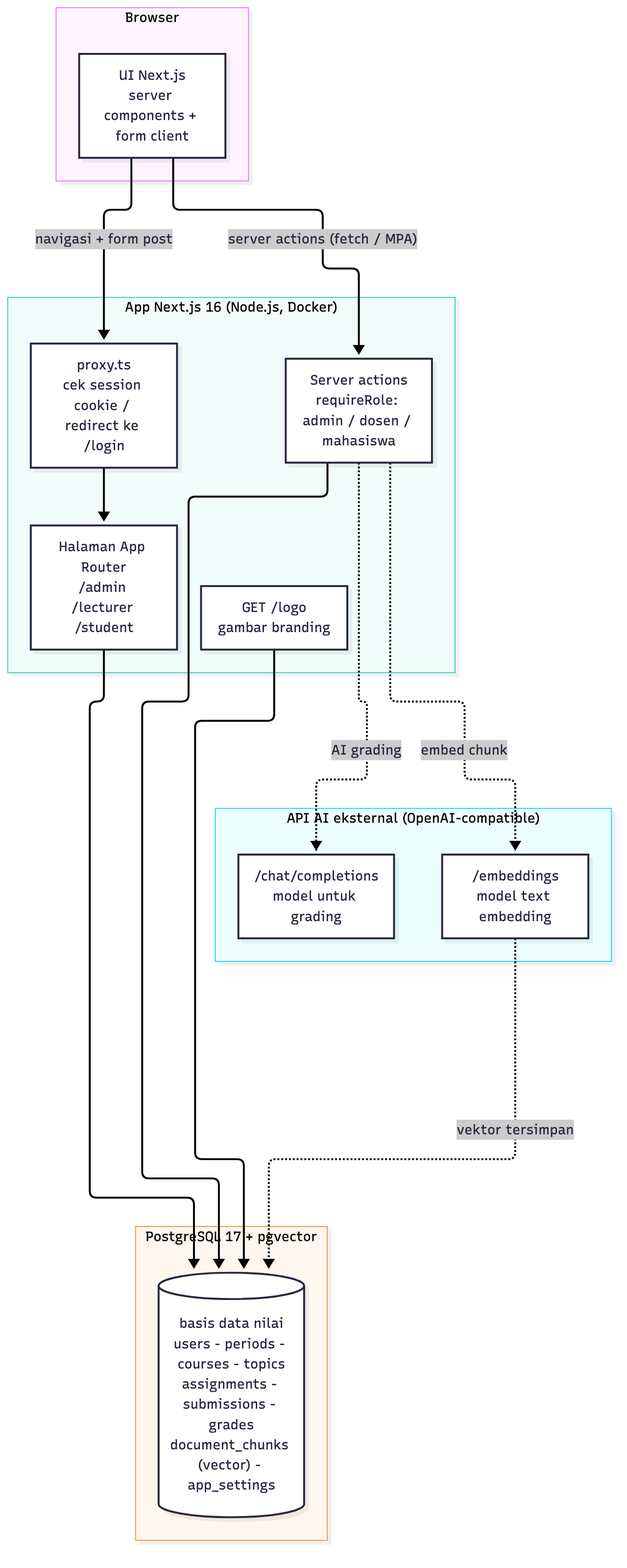
hansputera/umbima-smt1-tugas-generativeai keeps this Mermaid diagram as docs/flows/01-architecture.png. Above is the earlier version. Its source is kept beside it as docs/flows/01-architecture.mmd.
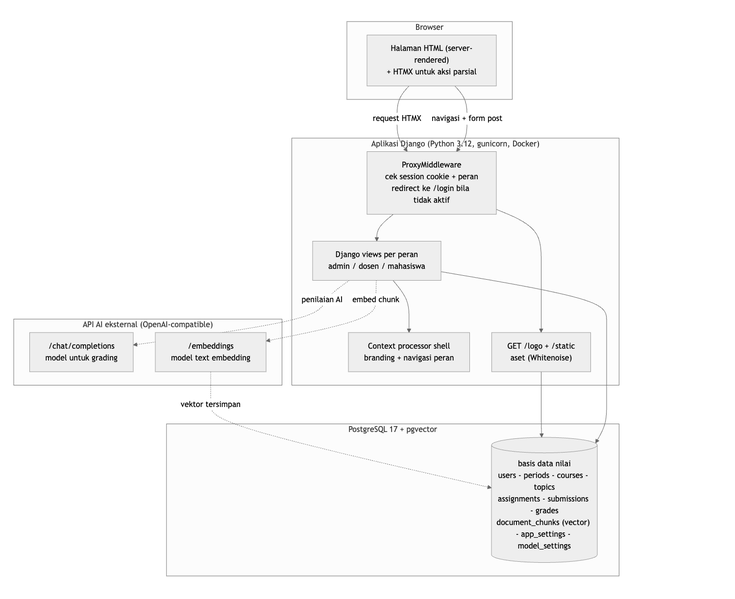
The same diagram one commit later.

Change to the diagram source:
```diff
@@ -1,26 +1,27 @@
 flowchart TB
   subgraph Browser["Browser"]
-    UI["UI Next.js<br/>server components + form client"]
+    UI["Halaman HTML (server-rendered)<br/>+ HTMX untuk aksi parsial"]
   end
-  subgraph App["App Next.js 16 (Node.js, Docker)"]
-    Proxy["proxy.ts<br/>cek session cookie / redirect ke /login"]
-    Actions["Server actions<br/>requireRole: admin / dosen / mahasiswa"]
-    Pages["Halaman App Router<br/>/admin /lecturer /student"]
-    Logo["GET /logo<br/>gambar branding"]
+  subgraph App["Aplikasi Django (Python 3.12, gunicorn, Docker)"]
+    MW["ProxyMiddleware<br/>cek session cookie + peran<br/>redirect ke /login bila tidak aktif"]
+    Views["Django views per peran<br/>admin / dosen / mahasiswa"]
+    CP["Context processor shell<br/>branding + navigasi peran"]
+    Static["GET /logo + /static<br/>aset (Whitenoise)"]
   end
   subgraph DB["PostgreSQL 17 + pgvector"]
-    PG[("basis data nilai<br/>users - periods - courses - topics<br/>assignments - submissions - grades<br/>document_chunks (vector) - app_settings")]
+    PG[("basis data nilai<br/>users - periods - courses - topics<br/>assignments - submissions - grades<br/>document_chunks (vector) - app_settings - model_settings")]
   end
   subgraph AI["API AI eksternal (OpenAI-compatible)"]
     LLM["/chat/completions<br/>model untuk grading"]
     EMB["/embeddings<br/>model text embedding"]
   end
-  UI -->|"navigasi + form post"| Proxy
-  Proxy --> Pages
-  UI -->|"server actions (fetch / MPA)"| Actions
-  Actions --> PG
-  Pages --> PG
-  Logo --> PG
-  Actions -.->|"AI grading"| LLM
-  Actions -.->|"embed chunk"| EMB
+  UI -->|"navigasi + form post"| MW
+  UI -->|"request HTMX"| MW
+  MW --> Views
+  MW --> Static
+  Views --> CP
+  Views --> PG
+  Static --> PG
+  Views -.->|"penilaian AI"| LLM
+  Views -.->|"embed chunk"| EMB
   EMB -.->|"vektor tersimpan"| PG
```
